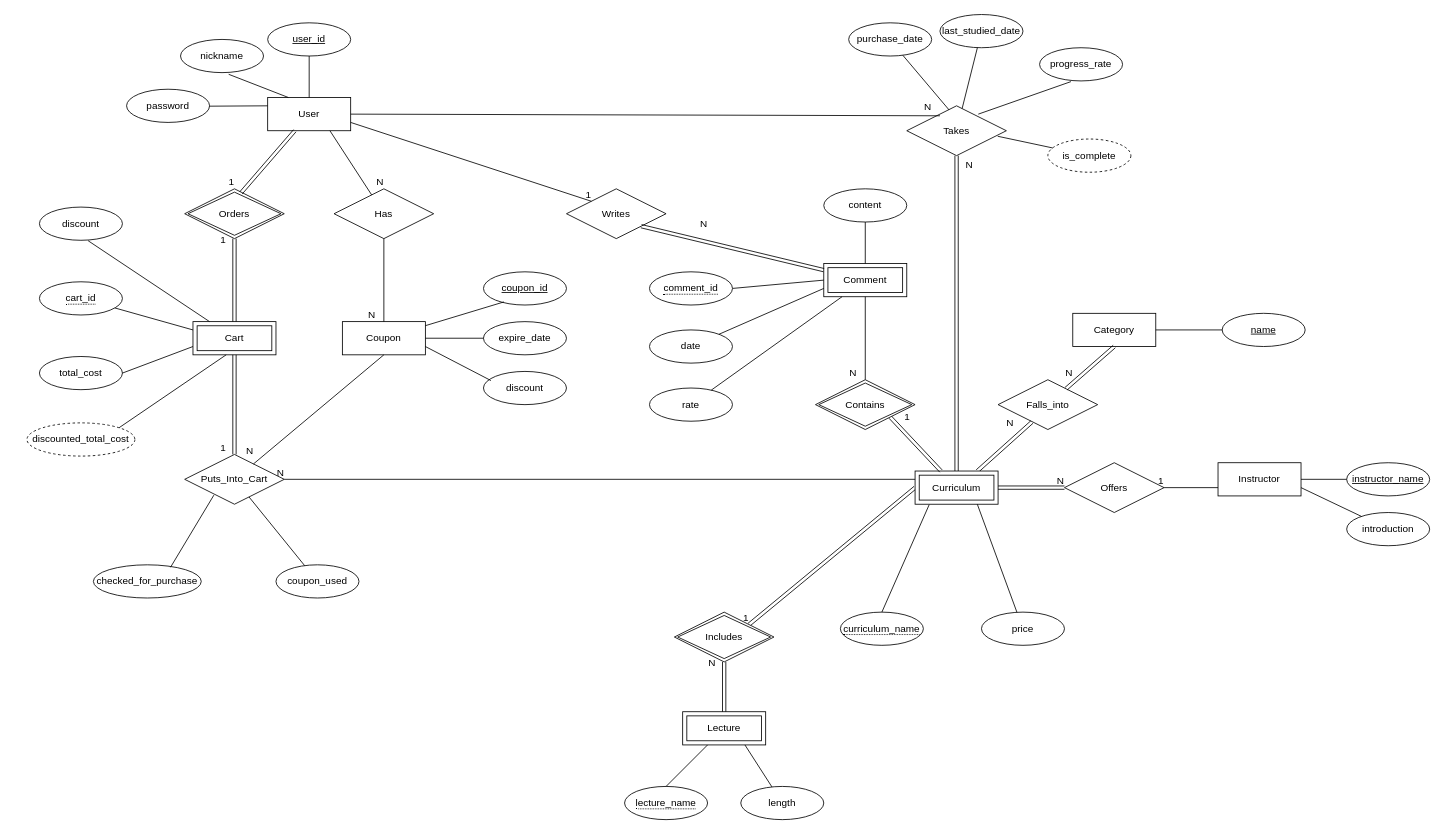
This is ERD.drawio from sarah2234/CBNU_DatabaseSystem, a draw.io file, before an edit. Source tidied: cells renumbered, new cells numbered last; positions are measured from the earlier drawing's top-left corner, leaving out a move shared by most shapes. Both pictures are drawn from the tidied source at 83%, with x=0, y=0 at pixel (27, 14).
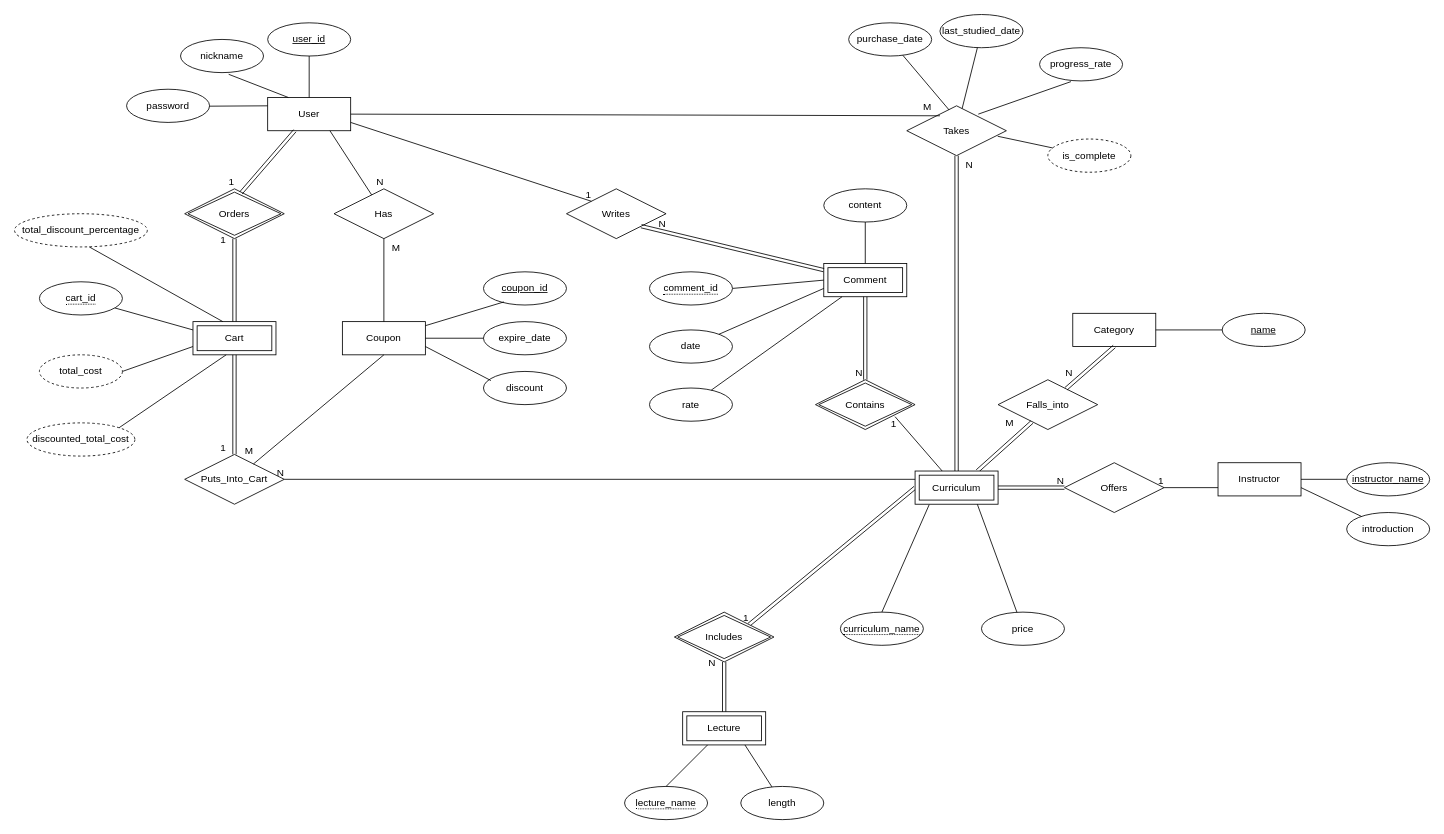
After the change.

Commit message:
fix: update Puts_Into_Cart relationship

Unchanged cells that the change refers to:
```xml
<mxCell id="15" style="endArrow=none;html=1;rounded=0;entryX=0.5;entryY=0;entryDx=0;entryDy=0;exitX=0.5;exitY=1;exitDx=0;exitDy=0;" parent="1" edge="1" source="12" target="6">
  <mxGeometry relative="1" as="geometry" />
</mxCell>
<mxCell id="20" style="endArrow=none;html=1;rounded=0;entryX=0.333;entryY=0.2;entryDx=0;entryDy=0;entryPerimeter=0;exitX=1;exitY=0.5;exitDx=0;exitDy=0;" parent="1" edge="1" source="3" target="17">
  <mxGeometry relative="1" as="geometry" />
</mxCell>
<mxCell id="32" value="Cart" style="shape=ext;margin=3;double=1;whiteSpace=wrap;html=1;align=center;" parent="1" vertex="1">
  <mxGeometry x="200" y="370" width="100" height="40" as="geometry" />
</mxCell>
<mxCell id="40" value="Comment" style="shape=ext;margin=3;double=1;whiteSpace=wrap;html=1;align=center;" parent="1" vertex="1">
  <mxGeometry x="960" y="300" width="100" height="40" as="geometry" />
</mxCell>
<mxCell id="51" style="shape=link;html=1;rounded=0;entryX=0.34;entryY=0.849;entryDx=0;entryDy=0;entryPerimeter=0;exitX=0.75;exitY=0;exitDx=0;exitDy=0;" parent="1" edge="1" source="57" target="50">
  <mxGeometry relative="1" as="geometry" />
</mxCell>
<mxCell id="57" value="Curriculum" style="shape=ext;margin=3;double=1;whiteSpace=wrap;html=1;align=center;" parent="1" vertex="1">
  <mxGeometry x="1070" y="550" width="100" height="40" as="geometry" />
</mxCell>
<mxCell id="94" value="Puts_Into_Cart" style="shape=rhombus;perimeter=rhombusPerimeter;whiteSpace=wrap;html=1;align=center;" parent="1" vertex="1">
  <mxGeometry x="190" y="530" width="120" height="60" as="geometry" />
</mxCell>
<mxCell id="97" style="endArrow=none;html=1;rounded=0;exitX=0.5;exitY=1;exitDx=0;exitDy=0;entryX=0.69;entryY=0.192;entryDx=0;entryDy=0;entryPerimeter=0;" parent="1" edge="1" source="6" target="94">
  <mxGeometry relative="1" as="geometry" />
</mxCell>
<mxCell id="108" style="shape=link;html=1;rounded=0;entryX=1;entryY=1;entryDx=0;entryDy=0;" parent="1" edge="1" source="40" target="105">
  <mxGeometry relative="1" as="geometry" />
</mxCell>
<mxCell id="110" value="Contains" style="shape=rhombus;double=1;perimeter=rhombusPerimeter;whiteSpace=wrap;html=1;align=center;" parent="1" vertex="1">
  <mxGeometry x="950" y="440" width="120" height="60" as="geometry" />
</mxCell>
```

Diff of the diagram source:
```diff
@@
-    <mxCell id="16" value="N" style="html=1;align=right;verticalAlign=bottom;" parent="15" vertex="1">
+    <mxCell id="16" value="M" style="html=1;align=right;verticalAlign=bottom;" parent="15" vertex="1">
       <mxGeometry x="1" relative="1" as="geometry">
-        <mxPoint x="-10" as="offset" />
+        <mxPoint x="20" y="-80" as="offset" />
       </mxGeometry>
     </mxCell>
@@
-    <mxCell id="21" value="N" style="html=1;align=right;verticalAlign=bottom;" parent="20" vertex="1">
+    <mxCell id="21" value="M" style="html=1;align=right;verticalAlign=bottom;" parent="20" vertex="1">
       <mxGeometry x="1" relative="1" as="geometry">
         <mxPoint x="-10" y="-2" as="offset" />
       </mxGeometry>
     </mxCell>
@@
-    <mxCell id="43" value="discount" style="ellipse;whiteSpace=wrap;html=1;align=center;" parent="1" vertex="1">
-      <mxGeometry x="15" y="232" width="100" height="40" as="geometry" />
-    </mxCell>
-    <mxCell id="44" style="endArrow=none;html=1;rounded=0;entryX=0.587;entryY=1.014;entryDx=0;entryDy=0;entryPerimeter=0;" parent="1" edge="1" source="32" target="43">
-      <mxGeometry relative="1" as="geometry" />
-    </mxCell>
-    <mxCell id="45" value="total_cost" style="ellipse;whiteSpace=wrap;html=1;align=center;" parent="1" vertex="1">
-      <mxGeometry x="15" y="412" width="100" height="40" as="geometry" />
-    </mxCell>
@@
-    <mxCell id="52" value="N" style="html=1;align=right;verticalAlign=bottom;" parent="51" vertex="1">
+    <mxCell id="52" value="M" style="html=1;align=right;verticalAlign=bottom;" parent="51" vertex="1">
       <mxGeometry x="1" relative="1" as="geometry">
         <mxPoint x="-21" y="9" as="offset" />
       </mxGeometry>
     </mxCell>
@@
-    <mxCell id="90" value="checked_for_purchase" style="ellipse;whiteSpace=wrap;html=1;align=center;" parent="1" vertex="1">
-      <mxGeometry x="80" y="663" width="130" height="40" as="geometry" />
-    </mxCell>
-    <mxCell id="91" style="endArrow=none;html=1;rounded=0;exitX=0.715;exitY=0.075;exitDx=0;exitDy=0;exitPerimeter=0;entryX=0.293;entryY=0.818;entryDx=0;entryDy=0;entryPerimeter=0;" parent="1" edge="1" source="90" target="94">
-      <mxGeometry relative="1" as="geometry" />
-    </mxCell>
@@
-    <mxCell id="98" value="N" style="html=1;align=right;verticalAlign=bottom;" parent="97" vertex="1">
+    <mxCell id="98" value="M" style="html=1;align=right;verticalAlign=bottom;" parent="97" vertex="1">
       <mxGeometry x="1" relative="1" as="geometry">
         <mxPoint y="-8" as="offset" />
       </mxGeometry>
     </mxCell>
-    <mxCell id="99" value="coupon_used" style="ellipse;whiteSpace=wrap;html=1;align=center;" parent="1" vertex="1">
-      <mxGeometry x="300" y="663" width="100" height="40" as="geometry" />
-    </mxCell>
-    <mxCell id="100" style="endArrow=none;html=1;rounded=0;entryX=0.646;entryY=0.854;entryDx=0;entryDy=0;entryPerimeter=0;" parent="1" edge="1" source="99" target="94">
-      <mxGeometry relative="1" as="geometry" />
-    </mxCell>
-    <mxCell id="101" style="shape=link;html=1;rounded=0;entryX=1;entryY=1;entryDx=0;entryDy=0;" parent="1" edge="1" source="57" target="110">
-      <mxGeometry relative="1" as="geometry" />
-    </mxCell>
-    <mxCell id="102" value="1" style="html=1;align=right;verticalAlign=bottom;" parent="101" vertex="1">
-      <mxGeometry x="1" relative="1" as="geometry">
-        <mxPoint x="24" y="8" as="offset" />
-      </mxGeometry>
-    </mxCell>
-    <mxCell id="103" style="endArrow=none;html=1;rounded=0;entryX=0.5;entryY=0;entryDx=0;entryDy=0;exitX=0.5;exitY=1;exitDx=0;exitDy=0;" parent="1" edge="1" source="40" target="110">
-      <mxGeometry relative="1" as="geometry" />
-    </mxCell>
-    <mxCell id="104" value="N" style="html=1;align=right;verticalAlign=bottom;" parent="103" vertex="1">
-      <mxGeometry x="1" relative="1" as="geometry">
-        <mxPoint x="-10" as="offset" />
-      </mxGeometry>
-    </mxCell>
@@
     <mxCell id="109" value="N" style="html=1;align=right;verticalAlign=bottom;" parent="108" vertex="1">
       <mxGeometry x="1" relative="1" as="geometry">
-        <mxPoint x="80" y="5" as="offset" />
+        <mxPoint x="30" y="5" as="offset" />
       </mxGeometry>
     </mxCell>
@@
+    <mxCell id="111" value="total_discount_percentage" style="ellipse;whiteSpace=wrap;html=1;align=center;dashed=1;" parent="1" vertex="1">
+      <mxGeometry x="-15" y="240" width="160" height="40" as="geometry" />
+    </mxCell>
+    <mxCell id="112" style="endArrow=none;html=1;rounded=0;entryX=0.36;entryY=0;entryDx=0;entryDy=0;entryPerimeter=0;exitX=0.563;exitY=1;exitDx=0;exitDy=0;exitPerimeter=0;" parent="1" edge="1" source="111" target="32">
+      <mxGeometry relative="1" as="geometry" />
+    </mxCell>
+    <mxCell id="45" value="total_cost" style="ellipse;whiteSpace=wrap;html=1;align=center;dashed=1;" parent="1" vertex="1">
+      <mxGeometry x="15" y="410" width="100" height="40" as="geometry" />
+    </mxCell>
+    <mxCell id="101" style="endArrow=none;html=1;rounded=0;entryX=0.799;entryY=0.742;entryDx=0;entryDy=0;entryPerimeter=0;" parent="1" edge="1" source="57" target="110">
+      <mxGeometry relative="1" as="geometry" />
+    </mxCell>
+    <mxCell id="102" value="1" style="html=1;align=right;verticalAlign=bottom;" parent="101" vertex="1">
+      <mxGeometry x="1" relative="1" as="geometry">
+        <mxPoint x="2" y="18" as="offset" />
+      </mxGeometry>
+    </mxCell>
+    <mxCell id="103" style="shape=link;html=1;rounded=0;entryX=0.5;entryY=0;entryDx=0;entryDy=0;exitX=0.5;exitY=1;exitDx=0;exitDy=0;" parent="1" edge="1" source="40" target="110">
+      <mxGeometry relative="1" as="geometry" />
+    </mxCell>
+    <mxCell id="104" value="N" style="html=1;align=right;verticalAlign=bottom;" parent="103" vertex="1">
+      <mxGeometry x="1" relative="1" as="geometry">
+        <mxPoint x="-3" as="offset" />
+      </mxGeometry>
+    </mxCell>
```
